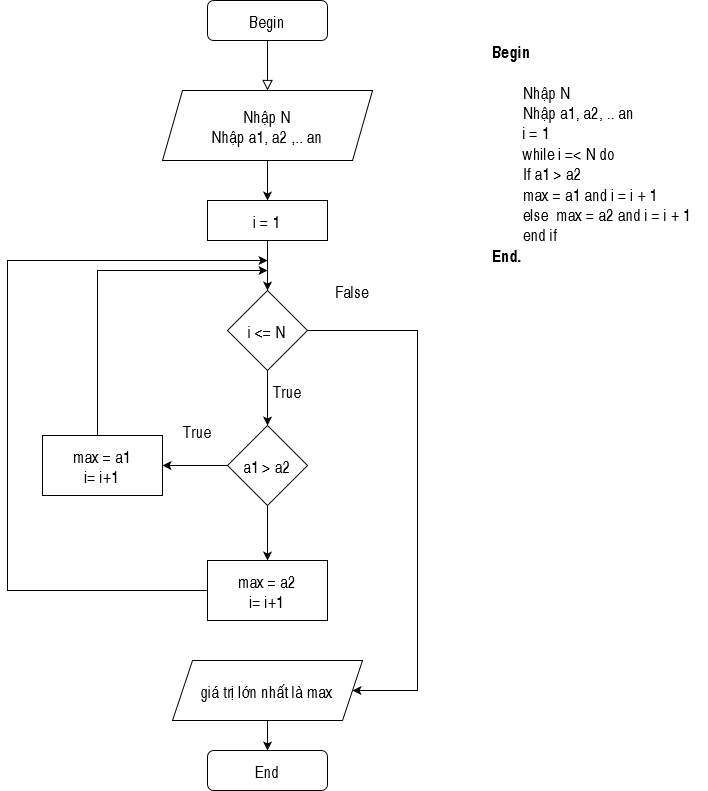
Before: ss3_Ma_gia_va_luu_do/Bai_tap/Tim_so_lon_nhat_trong_day_so.drawio.png, a diagram exported from draw.io (DAOBUIXUANTHANG/C0921G1--o-B-i-Xu-n-Th-ng). Source tidied: cells renumbered, new cells last; positions are measured from the earlier drawing's top-left corner, leaving out a move shared by most shapes.
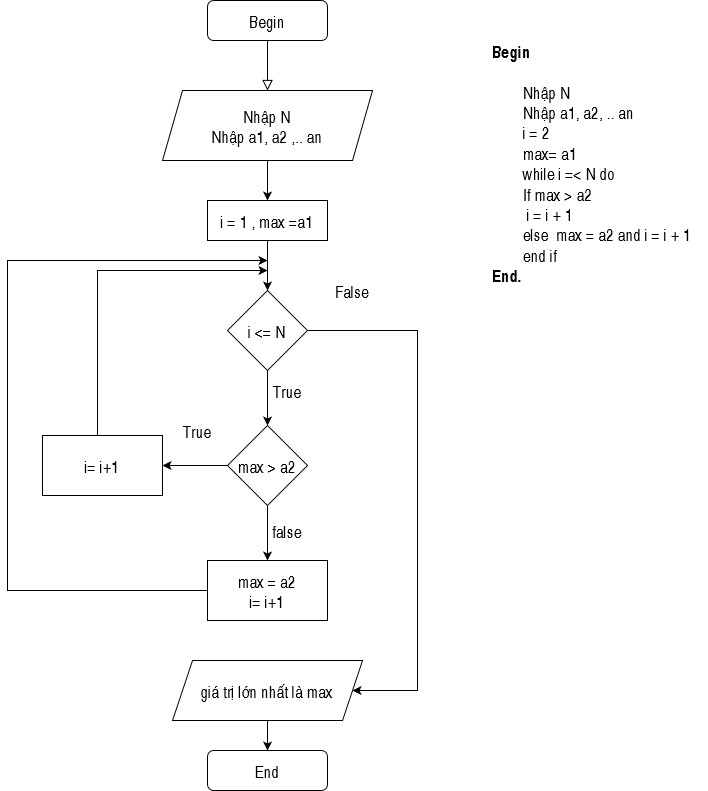
The same diagram one commit later.

Commit message:
sua bai

The edit, as a diff of the source:
```diff
@@ -19,7 +19,7 @@
     <mxCell id="6" style="edgeStyle=orthogonalEdgeStyle;rounded=0;jettySize=auto;html=1;fontSize=17;" parent="1" edge="1" source="7" target="10">
       <mxGeometry relative="1" as="geometry" />
     </mxCell>
-    <mxCell id="7" value="i = 1" style="rounded=0;whiteSpace=wrap;html=1;fontSize=17;" parent="1" vertex="1">
+    <mxCell id="7" value="&lt;div&gt;i = 1 , max =a1&lt;br&gt;&lt;/div&gt;" style="rounded=0;whiteSpace=wrap;html=1;fontSize=17;" parent="1" vertex="1">
       <mxGeometry x="200" y="200" width="120" height="40" as="geometry" />
     </mxCell>
     <mxCell id="8" style="edgeStyle=orthogonalEdgeStyle;rounded=0;jettySize=auto;html=1;fontSize=17;" parent="1" edge="1" source="10" target="13">
@@ -42,7 +42,7 @@
     <mxCell id="12" style="edgeStyle=orthogonalEdgeStyle;rounded=0;jettySize=auto;html=1;fontSize=17;" parent="1" edge="1" source="13" target="17">
       <mxGeometry relative="1" as="geometry" />
     </mxCell>
-    <mxCell id="13" value="a1 &amp;gt; a2" style="rhombus;whiteSpace=wrap;html=1;fontSize=17;" parent="1" vertex="1">
+    <mxCell id="13" value="max &amp;gt; a2" style="rhombus;whiteSpace=wrap;html=1;fontSize=17;" parent="1" vertex="1">
       <mxGeometry x="220" y="425" width="80" height="80" as="geometry" />
     </mxCell>
     <mxCell id="14" style="edgeStyle=orthogonalEdgeStyle;rounded=0;jettySize=auto;html=1;fontSize=17;" parent="1" edge="1" source="15">
@@ -53,7 +53,7 @@
         </Array>
       </mxGeometry>
     </mxCell>
-    <mxCell id="15" value="&lt;div&gt;max = a1&lt;/div&gt;&lt;div&gt;i= i+1&lt;br&gt;&lt;/div&gt;" style="rounded=0;whiteSpace=wrap;html=1;fontSize=17;" parent="1" vertex="1">
+    <mxCell id="15" value="&lt;div&gt;i= i+1&lt;br&gt;&lt;/div&gt;" style="rounded=0;whiteSpace=wrap;html=1;fontSize=17;" parent="1" vertex="1">
       <mxGeometry x="35" y="435" width="120" height="60" as="geometry" />
     </mxCell>
     <mxCell id="16" style="edgeStyle=orthogonalEdgeStyle;rounded=0;jettySize=auto;html=1;fontSize=17;" parent="1" edge="1" source="17">
@@ -86,8 +86,11 @@
     <mxCell id="23" value="End" style="rounded=1;whiteSpace=wrap;html=1;fontSize=17;" parent="1" vertex="1">
       <mxGeometry x="200" y="750" width="120" height="40" as="geometry" />
     </mxCell>
-    <mxCell id="24" value="&lt;div&gt;&lt;b&gt;Begin&lt;/b&gt;&lt;/div&gt;&lt;div&gt;&lt;span style=&quot;white-space: pre&quot;&gt; &lt;span style=&quot;white-space: pre&quot;&gt;&#9;&lt;/span&gt;&lt;/span&gt;&lt;/div&gt;&lt;div&gt;&lt;span style=&quot;white-space: pre&quot;&gt;&lt;span style=&quot;white-space: pre&quot;&gt;&lt;span style=&quot;white-space: pre&quot;&gt;&#9;&lt;/span&gt;&lt;/span&gt;Nhập N&lt;/span&gt;&lt;/div&gt;&lt;div&gt;&lt;span style=&quot;white-space: pre&quot;&gt;&lt;span style=&quot;white-space: pre&quot;&gt;&#9;&lt;/span&gt;Nhập a1, a2, .. an&lt;/span&gt;&lt;/div&gt;&lt;div&gt;&lt;span style=&quot;white-space: pre&quot;&gt;&lt;span style=&quot;white-space: pre&quot;&gt;&#9;&lt;/span&gt;i = 1&lt;/span&gt;&lt;/div&gt;&lt;div&gt;&lt;span style=&quot;white-space: pre&quot;&gt;&lt;span style=&quot;white-space: pre&quot;&gt;&#9;&lt;/span&gt;while i =&amp;lt; N do&lt;/span&gt;&lt;/div&gt;&lt;div&gt;&lt;span style=&quot;white-space: pre&quot;&gt;&lt;span style=&quot;white-space: pre&quot;&gt;&#9;&lt;/span&gt;If a1 &amp;gt; a2&lt;/span&gt;&lt;/div&gt;&lt;div&gt;&lt;span style=&quot;white-space: pre&quot;&gt;&lt;span style=&quot;white-space: pre&quot;&gt;&#9;&lt;/span&gt;max = a1 and i = i + 1&lt;/span&gt;&lt;/div&gt;&lt;div&gt;&lt;span style=&quot;white-space: pre&quot;&gt;&lt;span style=&quot;white-space: pre&quot;&gt;&#9;&lt;/span&gt;else  max = a2 and i = i + 1&lt;/span&gt;&lt;/div&gt;&lt;div&gt;&lt;span style=&quot;white-space: pre&quot;&gt;&lt;span style=&quot;white-space: pre&quot;&gt;&#9;&lt;/span&gt;end if&lt;/span&gt;&lt;/div&gt;&lt;div&gt;&lt;b&gt;&lt;span style=&quot;white-space: pre&quot;&gt;End.&lt;/span&gt;&lt;br&gt;&lt;/b&gt;&lt;/div&gt;" style="text;html=1;strokeColor=none;fillColor=none;spacing=5;spacingTop=-20;whiteSpace=wrap;overflow=hidden;rounded=0;fontSize=17;" parent="1" vertex="1">
+    <mxCell id="24" value="&lt;div&gt;&lt;b&gt;Begin&lt;/b&gt;&lt;/div&gt;&lt;div&gt;&lt;span style=&quot;white-space: pre&quot;&gt; &lt;span style=&quot;white-space: pre&quot;&gt;&#9;&lt;/span&gt;&lt;/span&gt;&lt;/div&gt;&lt;div&gt;&lt;span style=&quot;white-space: pre&quot;&gt;&lt;span style=&quot;white-space: pre&quot;&gt;&lt;span style=&quot;white-space: pre&quot;&gt;&#9;&lt;/span&gt;&lt;/span&gt;Nhập N&lt;/span&gt;&lt;/div&gt;&lt;div&gt;&lt;span style=&quot;white-space: pre&quot;&gt;&lt;span style=&quot;white-space: pre&quot;&gt;&#9;&lt;/span&gt;Nhập a1, a2, .. an&lt;/span&gt;&lt;/div&gt;&lt;div&gt;&lt;span style=&quot;white-space: pre&quot;&gt;&lt;span style=&quot;white-space: pre&quot;&gt;&#9;&lt;/span&gt;i = 2 &lt;/span&gt;&lt;/div&gt;&lt;div&gt;&lt;span style=&quot;white-space: pre&quot;&gt;&lt;span style=&quot;white-space: pre&quot;&gt;&#9;&lt;/span&gt;max= a1&lt;br&gt;&lt;/span&gt;&lt;/div&gt;&lt;div&gt;&lt;span style=&quot;white-space: pre&quot;&gt;&lt;span style=&quot;white-space: pre&quot;&gt;&#9;&lt;/span&gt;while i =&amp;lt; N do&lt;/span&gt;&lt;/div&gt;&lt;div&gt;&lt;span style=&quot;white-space: pre&quot;&gt;&lt;span style=&quot;white-space: pre&quot;&gt;&#9;&lt;/span&gt;If max &amp;gt; a2&lt;/span&gt;&lt;/div&gt;&lt;div&gt;&lt;span style=&quot;white-space: pre&quot;&gt;&lt;span style=&quot;white-space: pre&quot;&gt;&#9;&lt;/span&gt; i = i + 1&lt;/span&gt;&lt;/div&gt;&lt;div&gt;&lt;span style=&quot;white-space: pre&quot;&gt;&lt;span style=&quot;white-space: pre&quot;&gt;&#9;&lt;/span&gt;else  max = a2 and i = i + 1&lt;/span&gt;&lt;/div&gt;&lt;div&gt;&lt;span style=&quot;white-space: pre&quot;&gt;&lt;span style=&quot;white-space: pre&quot;&gt;&#9;&lt;/span&gt;end if&lt;/span&gt;&lt;/div&gt;&lt;div&gt;&lt;b&gt;&lt;span style=&quot;white-space: pre&quot;&gt;End.&lt;/span&gt;&lt;br&gt;&lt;/b&gt;&lt;/div&gt;" style="text;html=1;strokeColor=none;fillColor=none;spacing=5;spacingTop=-20;whiteSpace=wrap;overflow=hidden;rounded=0;fontSize=17;" parent="1" vertex="1">
       <mxGeometry x="480" y="50" width="220" height="250" as="geometry" />
     </mxCell>
+    <mxCell id="25" value="false" style="text;html=1;strokeColor=none;fillColor=none;align=center;verticalAlign=middle;whiteSpace=wrap;rounded=0;fontSize=17;" parent="1" vertex="1">
+      <mxGeometry x="260" y="520" width="40" height="20" as="geometry" />
+    </mxCell>
   </root>
 </mxGraphModel>
```
